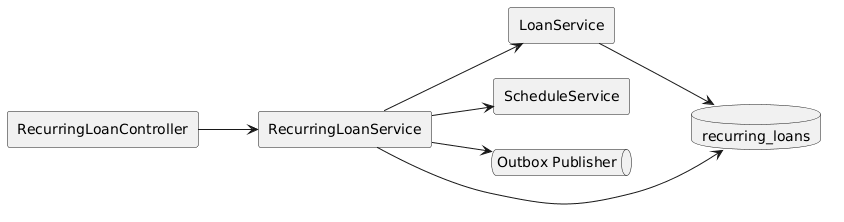
This is docs/detailed-designs/diagrams/rendered/c4_component_recurring_loan.png from QuinntyneBrown/LendQ, a PlantUML export, as it was before one commit. The source it was exported from:
```plantuml
@startuml
left to right direction
skinparam shadowing false
rectangle "RecurringLoanController" as controller
rectangle "RecurringLoanService" as service
rectangle "LoanService" as loan
rectangle "ScheduleService" as schedule
queue "Outbox Publisher" as outbox
database "recurring_loans" as db

controller --> service
service --> loan
service --> schedule
service --> db
loan --> db
service --> outbox
@enduml
```
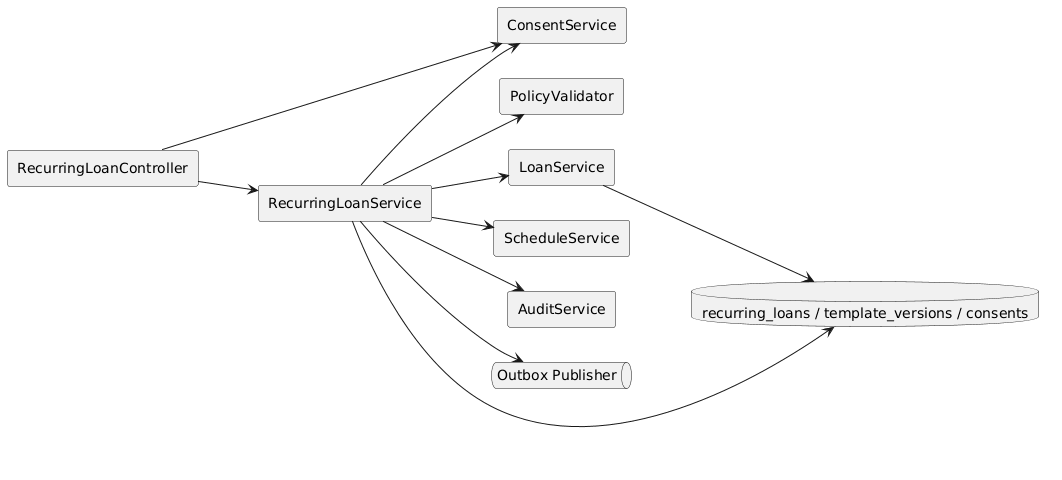
The same diagram one commit later.

Change to the diagram source:
```diff
@@ -2,16 +2,23 @@
 left to right direction
 skinparam shadowing false
 rectangle "RecurringLoanController" as controller
+rectangle "ConsentService" as consent
 rectangle "RecurringLoanService" as service
+rectangle "PolicyValidator" as policy
 rectangle "LoanService" as loan
 rectangle "ScheduleService" as schedule
+rectangle "AuditService" as audit
 queue "Outbox Publisher" as outbox
-database "recurring_loans" as db
+database "recurring_loans / template_versions / consents" as db
 
+controller --> consent
 controller --> service
+service --> consent
+service --> policy
 service --> loan
 service --> schedule
 service --> db
 loan --> db
+service --> audit
 service --> outbox
 @enduml
```
